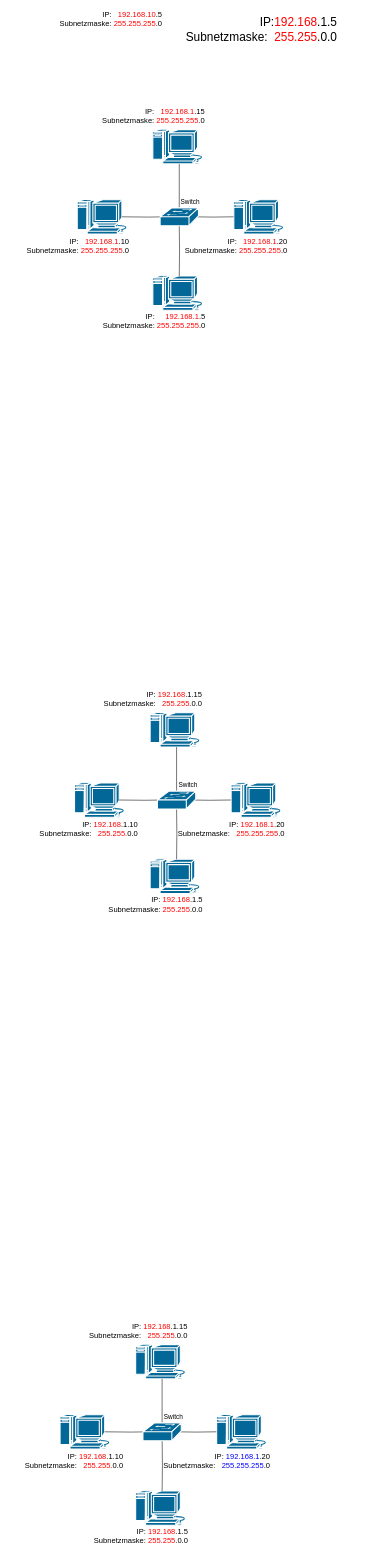
Earlier version of the draw.io diagram Unbenanntes Diagramm.drawio (PLAD26/OSI-Modell). Source tidied: cells renumbered, new cells numbered last; positions are measured from the earlier drawing's top-left corner, leaving out a move shared by most shapes. Both pictures are drawn from the tidied source at 54%, with x=0, y=0 at pixel (9, 10).
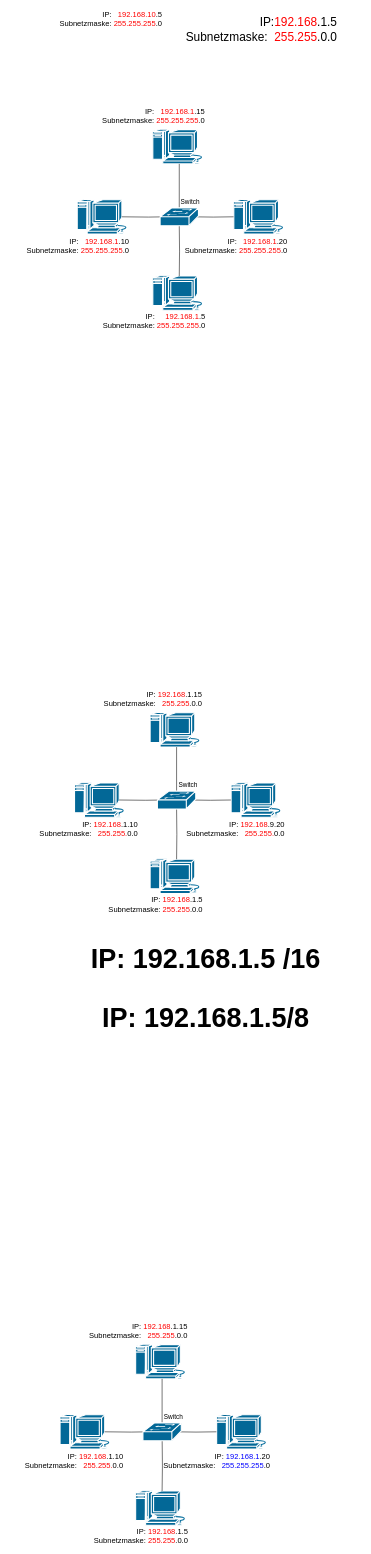
After the change.

Diff of the diagram source:
```diff
@@
-    <mxCell id="27" value="IP:&amp;nbsp;&lt;font style=&quot;color: rgb(255, 0, 0);&quot;&gt;192.168.1&lt;/font&gt;.20&lt;div&gt;Subnetzmaske:&amp;nbsp; &amp;nbsp;&lt;font style=&quot;color: rgb(255, 0, 0);&quot;&gt;255.255.255&lt;/font&gt;.0&lt;/div&gt;" style="text;html=1;whiteSpace=wrap;strokeColor=none;fillColor=none;align=right;verticalAlign=middle;rounded=0;fontSize=14;" parent="1" vertex="1">
+    <mxCell id="27" value="IP:&amp;nbsp;&lt;font style=&quot;color: rgb(255, 0, 0);&quot;&gt;192.16&lt;/font&gt;&lt;font style=&quot;color: rgb(255, 0, 0);&quot;&gt;8&lt;/font&gt;&lt;font style=&quot;color: light-dark(rgb(0, 0, 0), rgb(237, 237, 237));&quot;&gt;.9&lt;/font&gt;.20&lt;div&gt;Subnetzmaske:&amp;nbsp; &amp;nbsp;&lt;font style=&quot;background-color: transparent; color: rgb(255, 0, 0);&quot;&gt;255.255.&lt;/font&gt;&lt;span style=&quot;background-color: transparent; color: light-dark(rgb(0, 0, 0), rgb(255, 255, 255));&quot;&gt;0.0&lt;/span&gt;&lt;/div&gt;" style="text;html=1;whiteSpace=wrap;strokeColor=none;fillColor=none;align=right;verticalAlign=middle;rounded=0;fontSize=14;" parent="1" vertex="1">
       <mxGeometry x="286.5" y="1500" width="225.5" height="30" as="geometry" />
     </mxCell>
@@
+    <mxCell id="46" value="&lt;span&gt;IP: 192.168.1.5 /16&lt;/span&gt;" style="text;html=1;whiteSpace=wrap;strokeColor=none;fillColor=none;align=center;verticalAlign=middle;rounded=0;fontSize=50;fontStyle=1;fontFamily=Helvetica;" parent="1" vertex="1">
+      <mxGeometry x="76" y="1740" width="576.5" height="30" as="geometry" />
+    </mxCell>
+    <mxCell id="47" value="&lt;span&gt;IP: 192.168.1.5/8&lt;/span&gt;" style="text;html=1;whiteSpace=wrap;strokeColor=none;fillColor=none;align=center;verticalAlign=middle;rounded=0;fontSize=50;fontStyle=1;fontFamily=Helvetica;" parent="1" vertex="1">
+      <mxGeometry x="76" y="1850" width="576.5" height="30" as="geometry" />
+    </mxCell>
```
